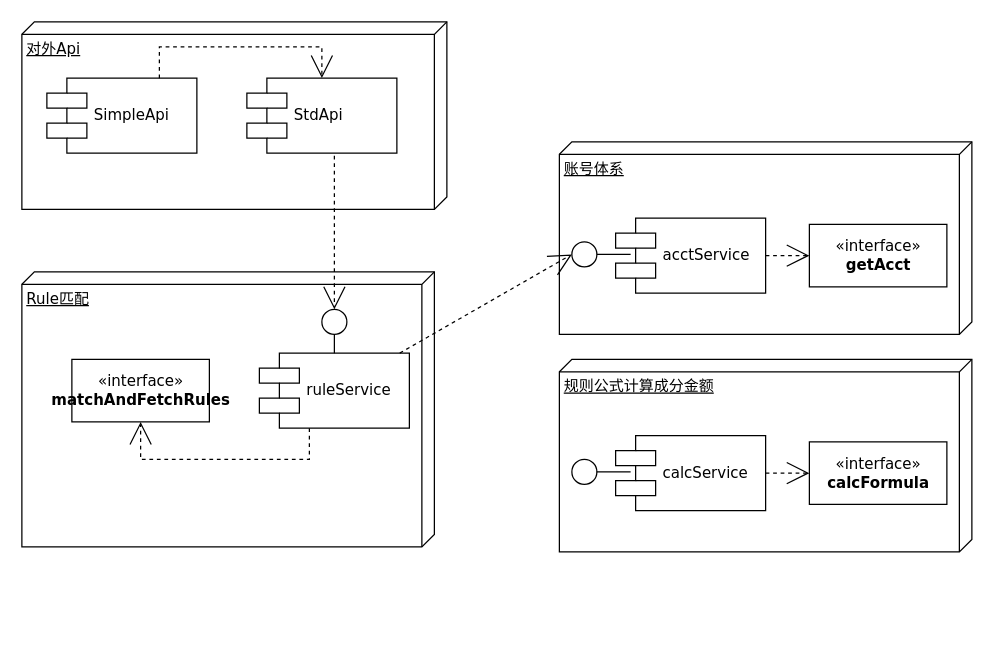
Above: 清算引擎工程结构图.drawio in staconfree/design (draw.io), before the change. Source tidied: cells renumbered, new cells numbered last; positions are measured from the earlier drawing's top-left corner, leaving out a move shared by most shapes. Both pictures are drawn from the tidied source at 125%, with x=0, y=0 at pixel (21, 21).
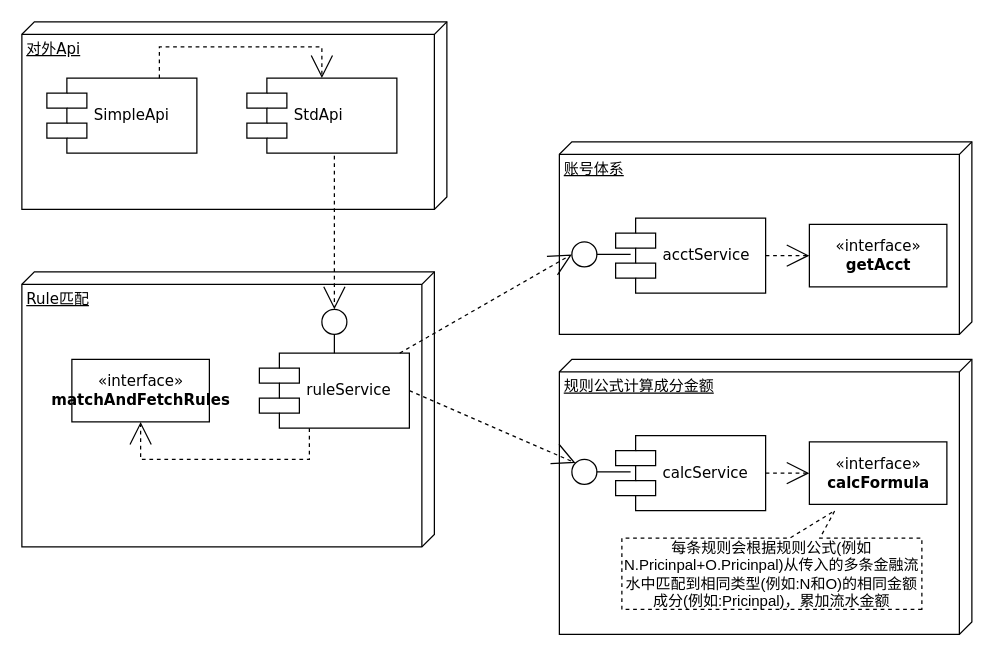
Above is the later version.

Commit message (it also covers changes not shown here):
更新清算引擎工程结构图.drawio

The change refers to these unchanged cells:
```xml
<mxCell id="6" value="ruleService" style="shape=component;align=left;spacingLeft=36;rounded=0;shadow=0;comic=0;labelBackgroundColor=none;strokeColor=#000000;strokeWidth=1;fillColor=#ffffff;fontFamily=Verdana;fontSize=12;fontColor=#000000;html=1;" parent="1" vertex="1">
  <mxGeometry x="190" y="265" width="120" height="60" as="geometry" />
</mxCell>
<mxCell id="23" style="ellipse;whiteSpace=wrap;html=1;rounded=0;shadow=0;comic=0;labelBackgroundColor=none;strokeColor=#000000;strokeWidth=1;fillColor=#ffffff;fontFamily=Verdana;fontSize=12;fontColor=#000000;align=center;" parent="1" vertex="1">
  <mxGeometry x="440" y="350" width="20" height="20" as="geometry" />
</mxCell>
```

What changed in the source:
```diff
@@
     <mxCell id="20" value="规则公式计算成分金额" style="verticalAlign=top;align=left;spacingTop=8;spacingLeft=2;spacingRight=12;shape=cube;size=10;direction=south;fontStyle=4;html=1;rounded=0;shadow=0;comic=0;labelBackgroundColor=none;strokeColor=#000000;strokeWidth=1;fillColor=#ffffff;fontFamily=Verdana;fontSize=12;fontColor=#000000;" parent="1" vertex="1">
-      <mxGeometry x="430" y="270" width="330" height="154" as="geometry" />
+      <mxGeometry x="430" y="270" width="330" height="220" as="geometry" />
     </mxCell>
@@
+    <mxCell id="26" style="edgeStyle=none;rounded=0;html=1;dashed=1;labelBackgroundColor=none;startArrow=none;startFill=0;startSize=8;endArrow=open;endFill=0;endSize=16;fontFamily=Verdana;fontSize=12;entryX=0;entryY=0;entryDx=0;entryDy=0;exitX=1;exitY=0.5;exitDx=0;exitDy=0;" parent="1" edge="1" source="6" target="23">
+      <mxGeometry relative="1" as="geometry" />
+    </mxCell>
+    <mxCell id="27" value="&lt;div&gt;每条规则会根据规则公式(例如N.Pricinpal+O.Pricinpal)从传入的多条金融流水中匹配到相同类型(例如:N和O)的相同金额成分(例如:Pricinpal)，累加流水金额&lt;/div&gt;" style="shape=callout;whiteSpace=wrap;html=1;perimeter=calloutPerimeter;direction=west;position2=0.29;base=24;size=22;position=0.34;dashed=1;" parent="1" vertex="1">
+      <mxGeometry x="480" y="391" width="240" height="79" as="geometry" />
+    </mxCell>
```
